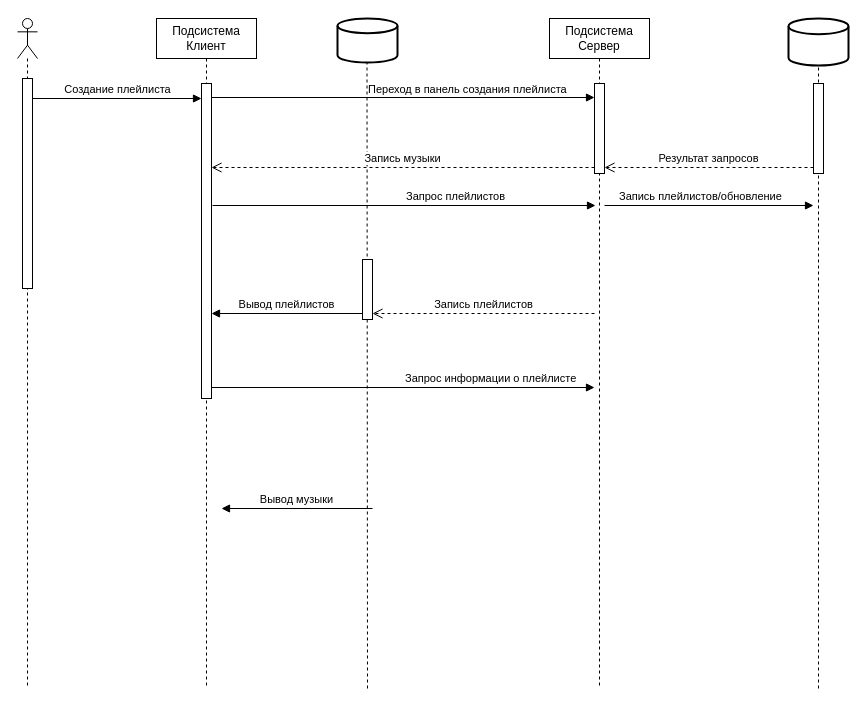
ViktorM98/vk_project keeps this draw.io diagram as vk_project/adding playlist.drawio. Above is the earlier version. Source tidied: cells renumbered, new cells numbered last; positions are measured from the earlier drawing's top-left corner, leaving out a move shared by most shapes. Both pictures are drawn from the tidied source at 100%, with x=0, y=0 at pixel (17, 18).
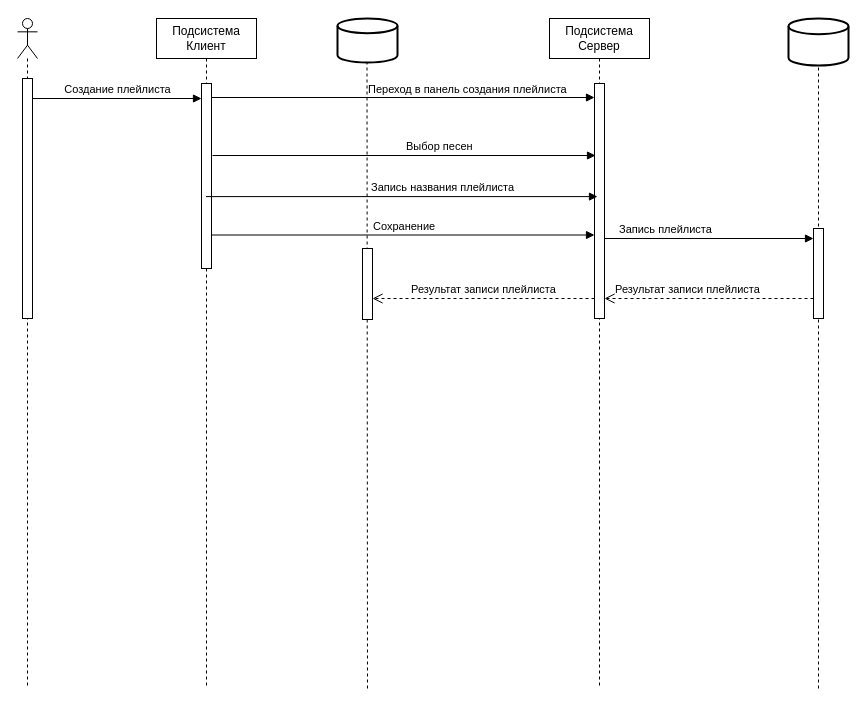
The same diagram, later.

The change refers to these unchanged cells:
```xml
<mxCell id="2" value="&lt;div&gt;Подсистема&lt;br&gt;&lt;/div&gt;&lt;div&gt;Клиент&lt;/div&gt;" style="shape=umlLifeline;perimeter=lifelinePerimeter;whiteSpace=wrap;html=1;newEdgeStyle={&quot;edgeStyle&quot;:&quot;elbowEdgeStyle&quot;,&quot;elbow&quot;:&quot;vertical&quot;,&quot;curved&quot;:0,&quot;rounded&quot;:0};" parent="1" vertex="1">
  <mxGeometry x="139" width="100" height="670" as="geometry" />
</mxCell>
<mxCell id="4" value="&lt;div&gt;Подсистема&lt;br&gt;&lt;/div&gt;&lt;div&gt;Сервер&lt;/div&gt;" style="shape=umlLifeline;perimeter=lifelinePerimeter;whiteSpace=wrap;html=1;newEdgeStyle={&quot;edgeStyle&quot;:&quot;elbowEdgeStyle&quot;,&quot;elbow&quot;:&quot;vertical&quot;,&quot;curved&quot;:0,&quot;rounded&quot;:0};" parent="1" vertex="1">
  <mxGeometry x="532" width="100" height="670" as="geometry" />
</mxCell>
<mxCell id="7" style="shape=umlLifeline;perimeter=lifelinePerimeter;whiteSpace=wrap;html=1;newEdgeStyle={&quot;curved&quot;:0,&quot;rounded&quot;:0};participant=umlActor;" parent="1" vertex="1">
  <mxGeometry width="20" height="670" as="geometry" />
</mxCell>
<mxCell id="10" style="strokeWidth=2;html=1;shape=mxgraph.flowchart.database;whiteSpace=wrap;" parent="1" vertex="1">
  <mxGeometry x="771" width="60" height="47" as="geometry" />
</mxCell>
```

Diff of the diagram source:
```diff
@@
     <mxCell id="3" style="html=1;points=[];perimeter=orthogonalPerimeter;outlineConnect=0;targetShapes=umlLifeline;portConstraint=eastwest;newEdgeStyle={&quot;edgeStyle&quot;:&quot;elbowEdgeStyle&quot;,&quot;elbow&quot;:&quot;vertical&quot;,&quot;curved&quot;:0,&quot;rounded&quot;:0};" parent="2" vertex="1">
-      <mxGeometry x="45" y="65" width="10" height="315" as="geometry" />
+      <mxGeometry x="45" y="65" width="10" height="185" as="geometry" />
     </mxCell>
@@
     <mxCell id="6" style="html=1;perimeter=orthogonalPerimeter;targetShapes=umlLifeline;newEdgeStyle={&quot;edgeStyle&quot;:&quot;elbowEdgeStyle&quot;,&quot;elbow&quot;:&quot;vertical&quot;,&quot;curved&quot;:0,&quot;rounded&quot;:0};" parent="4" vertex="1">
-      <mxGeometry x="45" y="65" width="10" height="90" as="geometry" />
+      <mxGeometry x="45" y="65" width="10" height="235" as="geometry" />
     </mxCell>
@@
     <mxCell id="8" style="html=1;perimeter=orthogonalPerimeter;targetShapes=umlLifeline;newEdgeStyle={&quot;curved&quot;:0,&quot;rounded&quot;:0};" parent="7" vertex="1">
-      <mxGeometry x="5" y="60" width="10" height="210" as="geometry" />
+      <mxGeometry x="5" y="60" width="10" height="240" as="geometry" />
     </mxCell>
@@
-    <mxCell id="11" style="endArrow=none;dashed=1;html=1;rounded=0;" parent="1" edge="1" source="16" target="10">
-      <mxGeometry relative="1" as="geometry" />
-    </mxCell>
-    <mxCell id="12" value="Результат запросов" style="html=1;verticalAlign=bottom;endArrow=open;dashed=1;endSize=8;curved=0;rounded=0;" parent="1" edge="1" source="17">
-      <mxGeometry relative="1" as="geometry">
-        <mxPoint x="587" y="149" as="targetPoint" />
+    <mxCell id="12" value="Результат записи плейлиста" style="html=1;verticalAlign=bottom;endArrow=open;dashed=1;endSize=8;curved=0;rounded=0;" parent="1" edge="1">
+      <mxGeometry x="0.21" relative="1" as="geometry">
+        <mxPoint x="796" y="280" as="sourcePoint" />
+        <mxPoint x="587" y="280" as="targetPoint" />
       </mxGeometry>
     </mxCell>
@@
-    <mxCell id="15" style="endArrow=none;dashed=1;html=1;rounded=0;" parent="1" edge="1" target="16">
-      <mxGeometry relative="1" as="geometry">
-        <mxPoint x="801" y="670" as="sourcePoint" />
-      </mxGeometry>
-    </mxCell>
-    <mxCell id="16" style="html=1;points=[];perimeter=orthogonalPerimeter;outlineConnect=0;targetShapes=umlLifeline;portConstraint=eastwest;newEdgeStyle={&quot;edgeStyle&quot;:&quot;elbowEdgeStyle&quot;,&quot;elbow&quot;:&quot;vertical&quot;,&quot;curved&quot;:0,&quot;rounded&quot;:0};" parent="1" vertex="1">
-      <mxGeometry x="796" y="70" width="10" height="70" as="geometry" />
-    </mxCell>
-    <mxCell id="17" style="html=1;points=[];perimeter=orthogonalPerimeter;outlineConnect=0;targetShapes=umlLifeline;portConstraint=eastwest;newEdgeStyle={&quot;edgeStyle&quot;:&quot;elbowEdgeStyle&quot;,&quot;elbow&quot;:&quot;vertical&quot;,&quot;curved&quot;:0,&quot;rounded&quot;:0};" parent="1" vertex="1">
-      <mxGeometry x="796" y="65" width="10" height="90" as="geometry" />
-    </mxCell>
-    <mxCell id="18" value="Запись музыки" style="html=1;verticalAlign=bottom;endArrow=open;dashed=1;endSize=8;curved=0;rounded=0;" parent="1" edge="1" target="3">
-      <mxGeometry relative="1" as="geometry">
-        <mxPoint x="577" y="149" as="sourcePoint" />
-      </mxGeometry>
-    </mxCell>
-    <mxCell id="19" value="Вывод музыки" style="html=1;verticalAlign=bottom;endArrow=block;curved=0;rounded=0;" parent="1" edge="1">
-      <mxGeometry relative="1" as="geometry">
-        <mxPoint x="355" y="490" as="sourcePoint" />
-        <mxPoint x="204" y="490" as="targetPoint" />
-      </mxGeometry>
-    </mxCell>
-    <mxCell id="20" value="Запрос плейлистов" style="html=1;verticalAlign=bottom;endArrow=block;curved=0;rounded=0;align=left;" parent="1" edge="1">
+    <mxCell id="20" value="Выбор песен" style="html=1;verticalAlign=bottom;endArrow=block;curved=0;rounded=0;align=left;" parent="1" edge="1">
       <mxGeometry relative="1" as="geometry">
-        <mxPoint x="195" y="187" as="sourcePoint" />
-        <mxPoint x="578" y="187" as="targetPoint" />
+        <mxPoint x="195" y="137" as="sourcePoint" />
+        <mxPoint x="578" y="137" as="targetPoint" />
       </mxGeometry>
     </mxCell>
-    <mxCell id="21" value="&lt;div align=&quot;center&quot;&gt;Запись плейлистов/обновление&lt;br&gt;&lt;/div&gt;" style="html=1;verticalAlign=bottom;endArrow=block;curved=0;rounded=0;align=left;" parent="1" edge="1">
+    <mxCell id="21" value="&lt;div align=&quot;center&quot;&gt;Запись плейлиста&lt;br&gt;&lt;/div&gt;" style="html=1;verticalAlign=bottom;endArrow=block;curved=0;rounded=0;align=left;" parent="1" edge="1">
       <mxGeometry x="-0.88" relative="1" as="geometry">
-        <mxPoint x="587" y="187" as="sourcePoint" />
-        <mxPoint x="796" y="187" as="targetPoint" />
+        <mxPoint x="587" y="220" as="sourcePoint" />
+        <mxPoint x="796" y="220" as="targetPoint" />
       </mxGeometry>
     </mxCell>
     <mxCell id="22" style="html=1;perimeter=orthogonalPerimeter;targetShapes=umlLifeline;newEdgeStyle={&quot;edgeStyle&quot;:&quot;elbowEdgeStyle&quot;,&quot;elbow&quot;:&quot;vertical&quot;,&quot;curved&quot;:0,&quot;rounded&quot;:0};" parent="1" vertex="1">
-      <mxGeometry x="345" y="241" width="10" height="60" as="geometry" />
+      <mxGeometry x="345" y="230" width="10" height="71" as="geometry" />
     </mxCell>
-    <mxCell id="23" value="Запись плейлистов" style="html=1;verticalAlign=bottom;endArrow=open;dashed=1;endSize=8;curved=0;rounded=0;" parent="1" edge="1">
+    <mxCell id="23" value="Результат записи плейлиста" style="html=1;verticalAlign=bottom;endArrow=open;dashed=1;endSize=8;curved=0;rounded=0;" parent="1" edge="1">
       <mxGeometry relative="1" as="geometry">
-        <mxPoint x="577" y="295" as="sourcePoint" />
-        <mxPoint x="355" y="295" as="targetPoint" />
+        <mxPoint x="577" y="280" as="sourcePoint" />
+        <mxPoint x="355" y="280" as="targetPoint" />
       </mxGeometry>
     </mxCell>
-    <mxCell id="24" value="Вывод плейлистов" style="html=1;verticalAlign=bottom;endArrow=block;curved=0;rounded=0;" parent="1" edge="1">
-      <mxGeometry relative="1" as="geometry">
-        <mxPoint x="345" y="295" as="sourcePoint" />
-        <mxPoint x="194" y="295" as="targetPoint" />
-      </mxGeometry>
-    </mxCell>
@@
-    <mxCell id="26" value="Запрос информации о плейлисте" style="html=1;verticalAlign=bottom;endArrow=block;curved=0;rounded=0;align=left;" parent="1" edge="1">
-      <mxGeometry relative="1" as="geometry">
-        <mxPoint x="194" y="369" as="sourcePoint" />
-        <mxPoint x="577" y="369" as="targetPoint" />
-      </mxGeometry>
-    </mxCell>
+    <mxCell id="27" value="&lt;div&gt;Запись названия плейлиста&lt;/div&gt;" style="html=1;verticalAlign=bottom;endArrow=block;curved=0;rounded=0;align=left;entryX=0.3;entryY=0.424;entryDx=0;entryDy=0;entryPerimeter=0;" parent="1" edge="1">
+      <mxGeometry x="-0.17" relative="1" as="geometry">
+        <mxPoint x="188.5" y="178.1" as="sourcePoint" />
+        <mxPoint x="580" y="178.1" as="targetPoint" />
+        <mxPoint x="1" as="offset" />
+      </mxGeometry>
+    </mxCell>
+    <mxCell id="28" value="Сохранение" style="html=1;verticalAlign=bottom;endArrow=block;curved=0;rounded=0;align=left;" parent="1" edge="1">
+      <mxGeometry x="-0.17" relative="1" as="geometry">
+        <mxPoint x="194" y="216.5" as="sourcePoint" />
+        <mxPoint x="577" y="216.5" as="targetPoint" />
+        <mxPoint x="1" as="offset" />
+      </mxGeometry>
+    </mxCell>
+    <mxCell id="29" style="endArrow=none;dashed=1;html=1;rounded=0;" parent="1" edge="1" target="10">
+      <mxGeometry relative="1" as="geometry">
+        <mxPoint x="801" y="670" as="sourcePoint" />
+      </mxGeometry>
+    </mxCell>
+    <mxCell id="17" style="html=1;points=[];perimeter=orthogonalPerimeter;outlineConnect=0;targetShapes=umlLifeline;portConstraint=eastwest;newEdgeStyle={&quot;edgeStyle&quot;:&quot;elbowEdgeStyle&quot;,&quot;elbow&quot;:&quot;vertical&quot;,&quot;curved&quot;:0,&quot;rounded&quot;:0};" parent="1" vertex="1">
+      <mxGeometry x="796" y="210" width="10" height="90" as="geometry" />
+    </mxCell>
```
